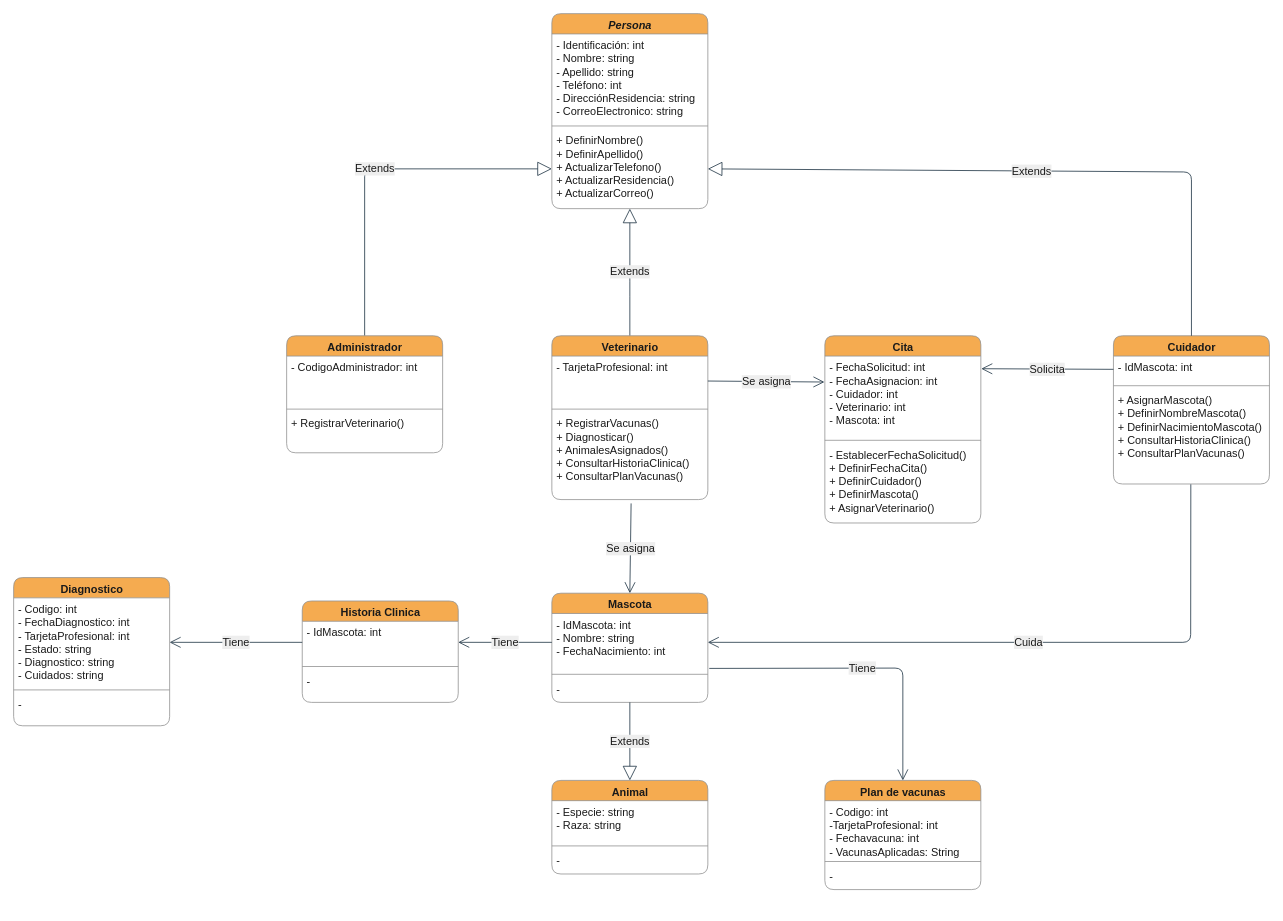
This is page "Diagrama de clases" (1 of 3) of Diagramas.drawio from juandabi/teleVeterinaria, a draw.io file, before an edit. Source tidied: cells renumbered, new cells numbered last; positions are measured from the earlier drawing's top-left corner, leaving out a move shared by most shapes. Both pictures are drawn from the tidied source at 78%, with x=0, y=0 at pixel (13, 13).
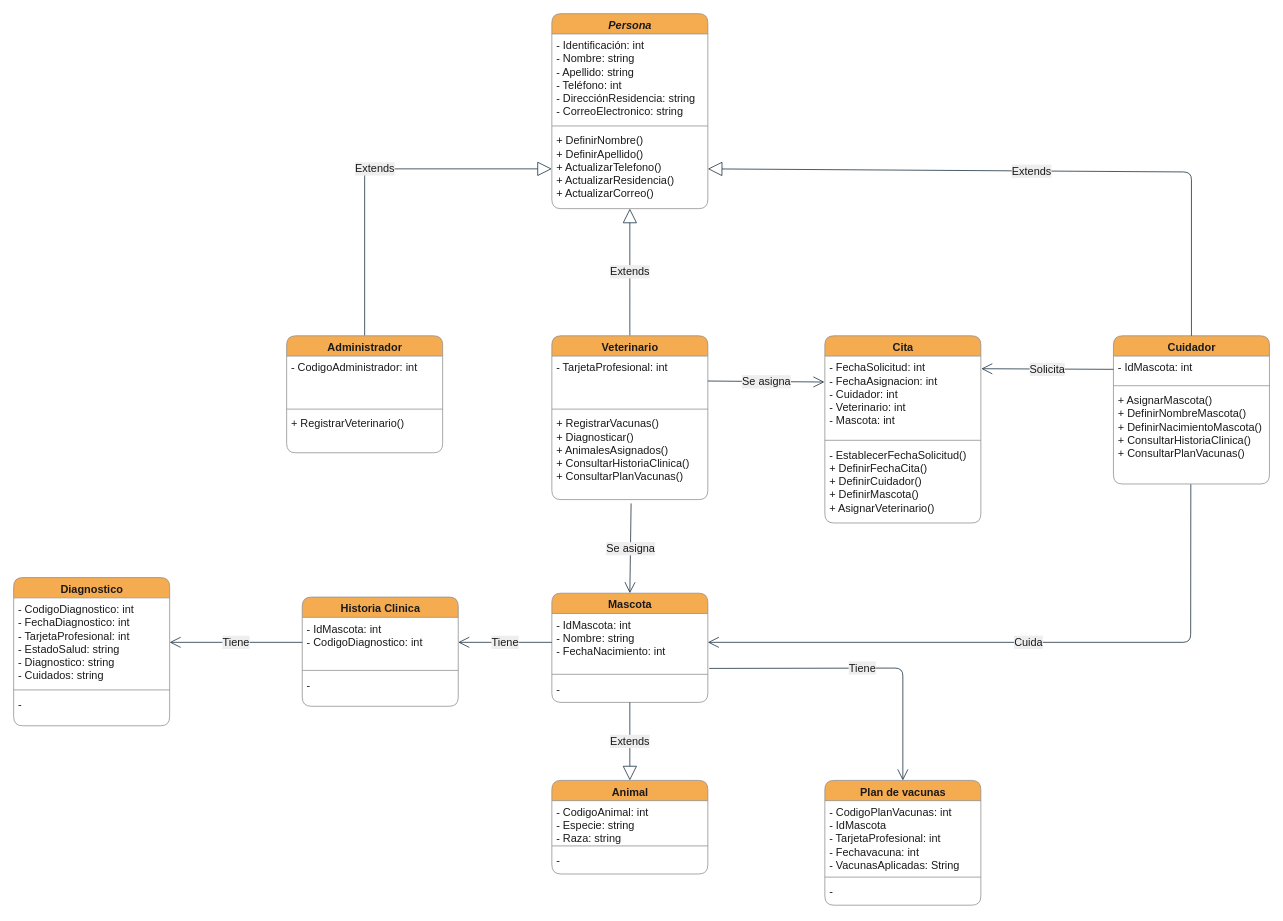
Above is the later version.

Unchanged cells that the change refers to:
```xml
<mxCell id="28" value="Animal" style="swimlane;fontStyle=1;align=center;verticalAlign=top;horizontal=1;startSize=26;fontSize=14;html=1;rounded=1;fillColor=#F5AB50;strokeColor=#909090;fontColor=#1A1A1A;" parent="1" vertex="1">
  <mxGeometry x="690" y="983" width="200" height="120" as="geometry" />
</mxCell>
<mxCell id="41" value="Diagnostico" style="swimlane;fontStyle=1;align=center;verticalAlign=top;horizontal=1;startSize=26;fontSize=14;html=1;rounded=1;fillColor=#F5AB50;strokeColor=#909090;fontColor=#1A1A1A;" parent="1" vertex="1">
  <mxGeometry y="723" width="200" height="190" as="geometry" />
</mxCell>
```

The edit, as a diff of the source:
```diff
@@
-    <mxCell id="29" value="- Especie: string&#10;- Raza: string" style="text;strokeColor=none;fillColor=none;align=left;verticalAlign=top;spacingLeft=4;spacingRight=4;overflow=hidden;fontSize=14;rounded=1;fontColor=#1A1A1A;" parent="28" vertex="1">
+    <mxCell id="29" value="- CodigoAnimal: int&#10;- Especie: string&#10;- Raza: string" style="text;strokeColor=none;fillColor=none;align=left;verticalAlign=top;spacingLeft=4;spacingRight=4;overflow=hidden;fontSize=14;rounded=1;fontColor=#1A1A1A;" parent="28" vertex="1">
       <mxGeometry y="26" width="200" height="54" as="geometry" />
     </mxCell>
@@
     <mxCell id="37" value="Historia Clinica" style="swimlane;fontStyle=1;align=center;verticalAlign=top;horizontal=1;startSize=26;fontSize=14;html=1;rounded=1;fillColor=#F5AB50;strokeColor=#909090;fontColor=#1A1A1A;" parent="1" vertex="1">
-      <mxGeometry x="370" y="753" width="200" height="130" as="geometry" />
+      <mxGeometry x="370" y="748" width="200" height="140" as="geometry" />
     </mxCell>
-    <mxCell id="38" value="- IdMascota: int" style="text;strokeColor=none;fillColor=none;align=left;verticalAlign=top;spacingLeft=4;spacingRight=4;overflow=hidden;points=[[0,0.5],[1,0.5]];portConstraint=eastwest;fontSize=14;rounded=1;fontColor=#1A1A1A;" parent="37" vertex="1">
-      <mxGeometry y="26" width="200" height="54" as="geometry" />
+    <mxCell id="38" value="- IdMascota: int&#10;- CodigoDiagnostico: int" style="text;strokeColor=none;fillColor=none;align=left;verticalAlign=top;spacingLeft=4;spacingRight=4;overflow=hidden;points=[[0,0.5],[1,0.5]];portConstraint=eastwest;fontSize=14;rounded=1;fontColor=#1A1A1A;" parent="37" vertex="1">
+      <mxGeometry y="26" width="200" height="64" as="geometry" />
     </mxCell>
     <mxCell id="39" style="line;strokeWidth=1;fillColor=none;align=left;verticalAlign=middle;spacingTop=-1;spacingLeft=3;spacingRight=3;labelPosition=right;rounded=1;strokeColor=#909090;fontColor=#1A1A1A;labelBackgroundColor=#EEEEEE;" parent="37" vertex="1">
-      <mxGeometry y="80" width="200" height="8" as="geometry" />
+      <mxGeometry y="90" width="200" height="8" as="geometry" />
     </mxCell>
     <mxCell id="40" value="-" style="text;strokeColor=none;fillColor=none;align=left;verticalAlign=top;spacingLeft=4;spacingRight=4;overflow=hidden;fontSize=14;rounded=1;fontColor=#1A1A1A;" parent="37" vertex="1">
-      <mxGeometry y="88" width="200" height="42" as="geometry" />
+      <mxGeometry y="98" width="200" height="42" as="geometry" />
     </mxCell>
@@
-    <mxCell id="42" value="- Codigo: int&#10;- FechaDiagnostico: int&#10;- TarjetaProfesional: int&#10;- Estado: string&#10;- Diagnostico: string&#10;- Cuidados: string" style="text;strokeColor=none;fillColor=none;align=left;verticalAlign=top;spacingLeft=4;spacingRight=4;overflow=hidden;points=[[0,0.5],[1,0.5]];portConstraint=eastwest;fontSize=14;rounded=1;fontColor=#1A1A1A;" parent="41" vertex="1">
+    <mxCell id="42" value="- CodigoDiagnostico: int&#10;- FechaDiagnostico: int&#10;- TarjetaProfesional: int&#10;- EstadoSalud: string&#10;- Diagnostico: string&#10;- Cuidados: string" style="text;strokeColor=none;fillColor=none;align=left;verticalAlign=top;spacingLeft=4;spacingRight=4;overflow=hidden;points=[[0,0.5],[1,0.5]];portConstraint=eastwest;fontSize=14;rounded=1;fontColor=#1A1A1A;" parent="41" vertex="1">
       <mxGeometry y="26" width="200" height="114" as="geometry" />
     </mxCell>
@@
     <mxCell id="47" value="Plan de vacunas" style="swimlane;fontStyle=1;align=center;verticalAlign=top;horizontal=1;startSize=26;fontSize=14;html=1;rounded=1;fillColor=#F5AB50;strokeColor=#909090;fontColor=#1A1A1A;" parent="1" vertex="1">
-      <mxGeometry x="1040" y="983" width="200" height="140" as="geometry" />
+      <mxGeometry x="1040" y="983" width="200" height="160" as="geometry" />
     </mxCell>
-    <mxCell id="48" value="- Codigo: int&#10;-TarjetaProfesional: int&#10;- Fechavacuna: int&#10;- VacunasAplicadas: String&#10;" style="text;strokeColor=none;fillColor=none;align=left;verticalAlign=top;spacingLeft=4;spacingRight=4;overflow=hidden;fontSize=14;rounded=1;fontColor=#1A1A1A;" parent="47" vertex="1">
-      <mxGeometry y="26" width="200" height="74" as="geometry" />
+    <mxCell id="48" value="- CodigoPlanVacunas: int&#10;- IdMascota&#10;- TarjetaProfesional: int&#10;- Fechavacuna: int&#10;- VacunasAplicadas: String&#10;" style="text;strokeColor=none;fillColor=none;align=left;verticalAlign=top;spacingLeft=4;spacingRight=4;overflow=hidden;fontSize=14;rounded=1;fontColor=#1A1A1A;" parent="47" vertex="1">
+      <mxGeometry y="26" width="200" height="94" as="geometry" />
     </mxCell>
     <mxCell id="49" style="line;strokeWidth=1;fillColor=none;align=left;verticalAlign=middle;spacingTop=-1;spacingLeft=3;spacingRight=3;labelPosition=right;rounded=1;strokeColor=#909090;fontColor=#1A1A1A;labelBackgroundColor=#EEEEEE;" parent="47" vertex="1">
-      <mxGeometry y="100" width="200" height="8" as="geometry" />
+      <mxGeometry y="120" width="200" height="8" as="geometry" />
     </mxCell>
     <mxCell id="50" value="-" style="text;strokeColor=none;fillColor=none;align=left;verticalAlign=top;spacingLeft=4;spacingRight=4;overflow=hidden;fontSize=14;rounded=1;fontColor=#1A1A1A;" parent="47" vertex="1">
-      <mxGeometry y="108" width="200" height="32" as="geometry" />
+      <mxGeometry y="128" width="200" height="32" as="geometry" />
     </mxCell>
```
